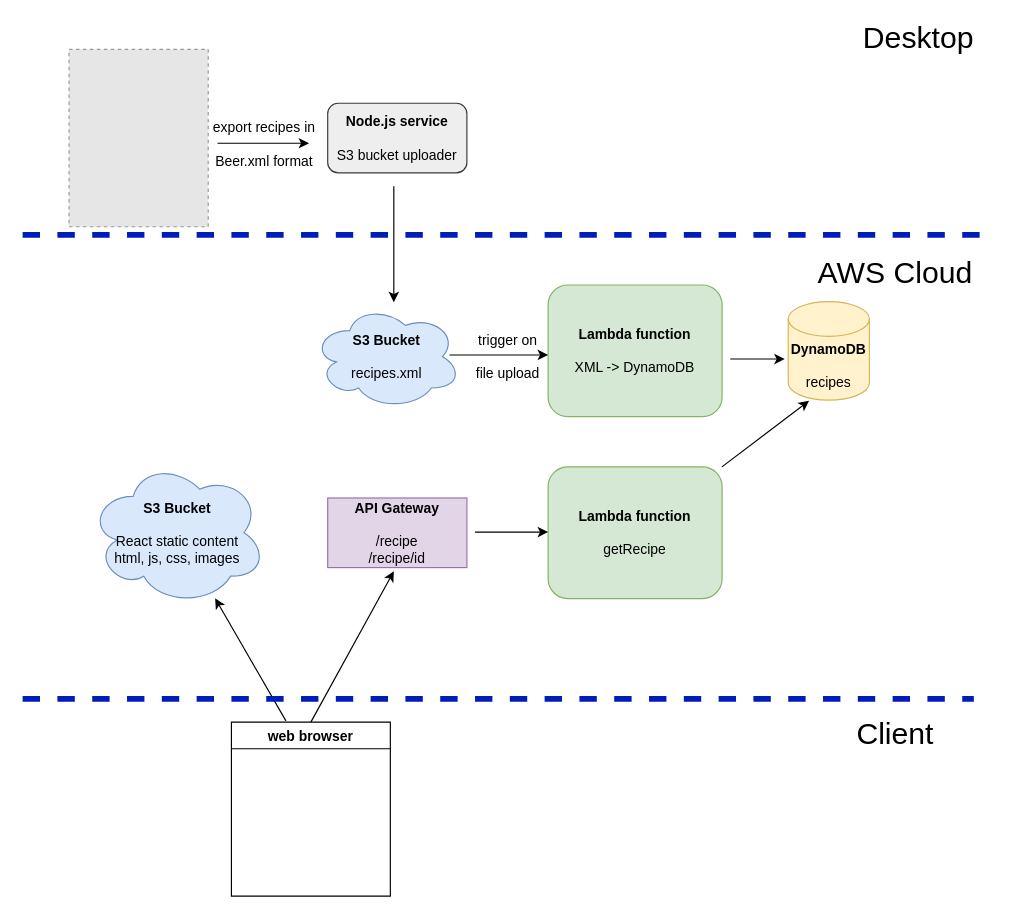
Earlier version of the draw.io diagram serverless-react.drawio (markysoft/stuff). Source tidied: cells renumbered, new cells numbered last; positions are measured from the earlier drawing's top-left corner, leaving out a move shared by most shapes. Both pictures are drawn from the tidied source at 116%, with x=0, y=0 at pixel (22, 26). Pictures stored in the file or linked from it are replaced by grey dashed boxes.
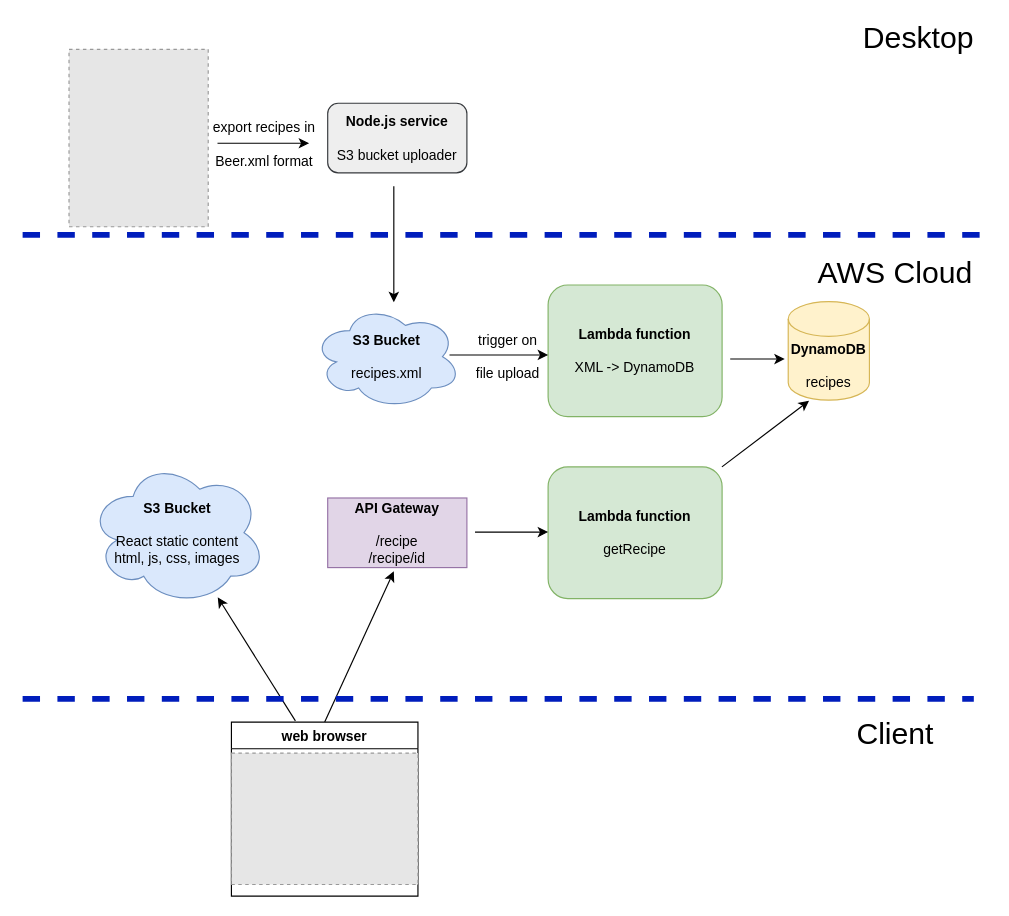
Above is the later version.

Change to the diagram source:
```diff
@@
     <mxCell id="18" value="web browser" style="swimlane;" parent="1" vertex="1">
-      <mxGeometry x="180" y="600" width="137" height="150" as="geometry" />
+      <mxGeometry x="180" y="600" width="160.8" height="150" as="geometry" />
     </mxCell>
+    <mxCell id="26" style="fillColor=#E6E6E6;strokeColor=#999999;dashed=1;verticalLabelPosition=bottom;labelBackgroundColor=#ffffff;verticalAlign=top;" parent="18" vertex="1">
+      <mxGeometry y="26.7" width="160.8" height="113.3" as="geometry" />
+    </mxCell>
```
